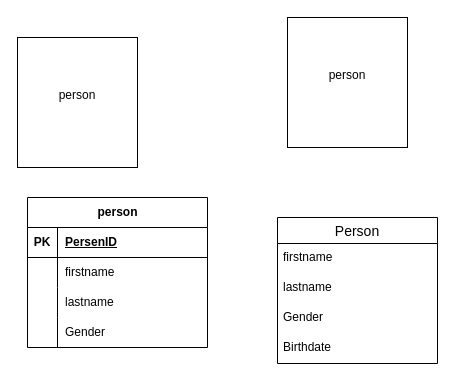
Before: Untitled Diagram.drawio in jackhou66/AB2S_DigitalTwinsDemo, a draw.io diagram. Source tidied: cells renumbered, new cells numbered last; positions are measured from the earlier drawing's top-left corner, leaving out a move shared by most shapes. Both pictures are drawn from the tidied source at 100%, with x=0, y=0 at pixel (17, 17).
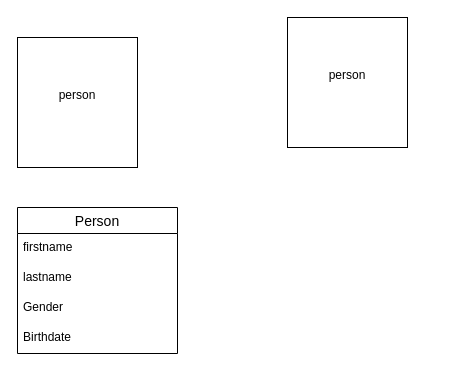
Above is the later version.

What changed in the source:
```diff
@@
-    <mxCell id="4" value="person" style="shape=table;startSize=30;childLayout=tableLayout;rowLines=0;fontStyle=1;align=center;html=1;" parent="1" vertex="1">
-      <mxGeometry x="10" y="180" width="180" height="150" as="geometry" />
-    </mxCell>
-    <mxCell id="5" style="shape=tableRow;horizontal=0;startSize=0;swimlaneHead=0;swimlaneBody=0;fillColor=none;top=0;left=0;right=0;bottom=1;" parent="4" vertex="1">
-      <mxGeometry y="30" width="180" height="30" as="geometry" />
-    </mxCell>
-    <mxCell id="6" value="PK" style="shape=partialRectangle;fillColor=none;top=0;left=0;bottom=0;right=0;fontStyle=1;overflow=hidden;whiteSpace=wrap;html=1;" parent="5" vertex="1">
-      <mxGeometry width="30" height="30" as="geometry" />
-    </mxCell>
-    <mxCell id="7" value="PersenID" style="shape=partialRectangle;fillColor=none;top=0;left=0;bottom=0;right=0;align=left;spacingLeft=6;fontStyle=5;overflow=hidden;whiteSpace=wrap;html=1;" parent="5" vertex="1">
-      <mxGeometry x="30" width="150" height="30" as="geometry" />
-    </mxCell>
-    <mxCell id="8" style="shape=tableRow;horizontal=0;startSize=0;swimlaneHead=0;swimlaneBody=0;fillColor=none;top=0;left=0;right=0;bottom=0;" parent="4" vertex="1">
-      <mxGeometry y="60" width="180" height="30" as="geometry" />
-    </mxCell>
-    <mxCell id="9" style="shape=partialRectangle;fillColor=none;top=0;left=0;bottom=0;right=0;overflow=hidden;whiteSpace=wrap;html=1;" parent="8" vertex="1">
-      <mxGeometry width="30" height="30" as="geometry" />
-    </mxCell>
-    <mxCell id="10" value="firstname" style="shape=partialRectangle;fillColor=none;top=0;left=0;bottom=0;right=0;align=left;spacingLeft=6;overflow=hidden;whiteSpace=wrap;html=1;" parent="8" vertex="1">
-      <mxGeometry x="30" width="150" height="30" as="geometry" />
-    </mxCell>
-    <mxCell id="11" style="shape=tableRow;horizontal=0;startSize=0;swimlaneHead=0;swimlaneBody=0;fillColor=none;top=0;left=0;right=0;bottom=0;" parent="4" vertex="1">
-      <mxGeometry y="90" width="180" height="30" as="geometry" />
-    </mxCell>
-    <mxCell id="12" style="shape=partialRectangle;fillColor=none;top=0;left=0;bottom=0;right=0;overflow=hidden;whiteSpace=wrap;html=1;" parent="11" vertex="1">
-      <mxGeometry width="30" height="30" as="geometry" />
-    </mxCell>
-    <mxCell id="13" value="lastname&lt;span style=&quot;white-space: pre;&quot;&gt;&#9;&lt;/span&gt;" style="shape=partialRectangle;fillColor=none;top=0;left=0;bottom=0;right=0;align=left;spacingLeft=6;overflow=hidden;whiteSpace=wrap;html=1;" parent="11" vertex="1">
-      <mxGeometry x="30" width="150" height="30" as="geometry" />
-    </mxCell>
-    <mxCell id="14" style="shape=tableRow;horizontal=0;startSize=0;swimlaneHead=0;swimlaneBody=0;fillColor=none;top=0;left=0;right=0;bottom=0;" parent="4" vertex="1">
-      <mxGeometry y="120" width="180" height="30" as="geometry" />
-    </mxCell>
-    <mxCell id="15" style="shape=partialRectangle;fillColor=none;top=0;left=0;bottom=0;right=0;overflow=hidden;whiteSpace=wrap;html=1;" parent="14" vertex="1">
-      <mxGeometry width="30" height="30" as="geometry" />
-    </mxCell>
-    <mxCell id="16" value="Gender" style="shape=partialRectangle;fillColor=none;top=0;left=0;bottom=0;right=0;align=left;spacingLeft=6;overflow=hidden;whiteSpace=wrap;html=1;" parent="14" vertex="1">
-      <mxGeometry x="30" width="150" height="30" as="geometry" />
-    </mxCell>
     <mxCell id="17" value="Person" style="swimlane;fontStyle=0;horizontal=1;startSize=26;align=center;fontSize=14;" parent="1" vertex="1">
-      <mxGeometry x="260" y="200" width="160" height="146" as="geometry" />
+      <mxGeometry y="190" width="160" height="146" as="geometry" />
     </mxCell>
```
